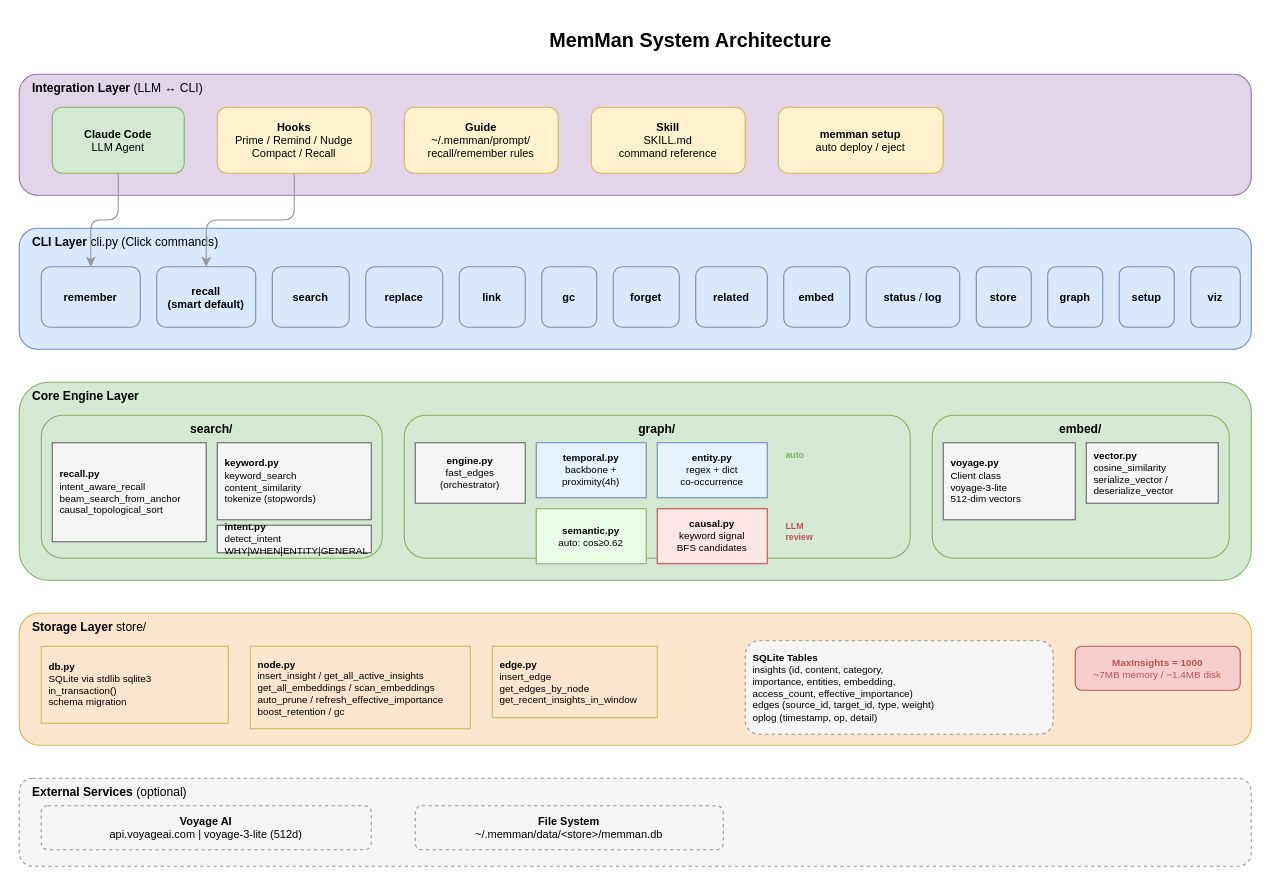
The draw.io diagram docs/diagrams/01-system-architecture.drawio in bissli/memman, before the edit. Source tidied: cells renumbered, new cells numbered last; positions are measured from the earlier drawing's top-left corner, leaving out a move shared by most shapes. Both pictures are drawn from the tidied source at 110%, with x=0, y=0 at pixel (19, 19).
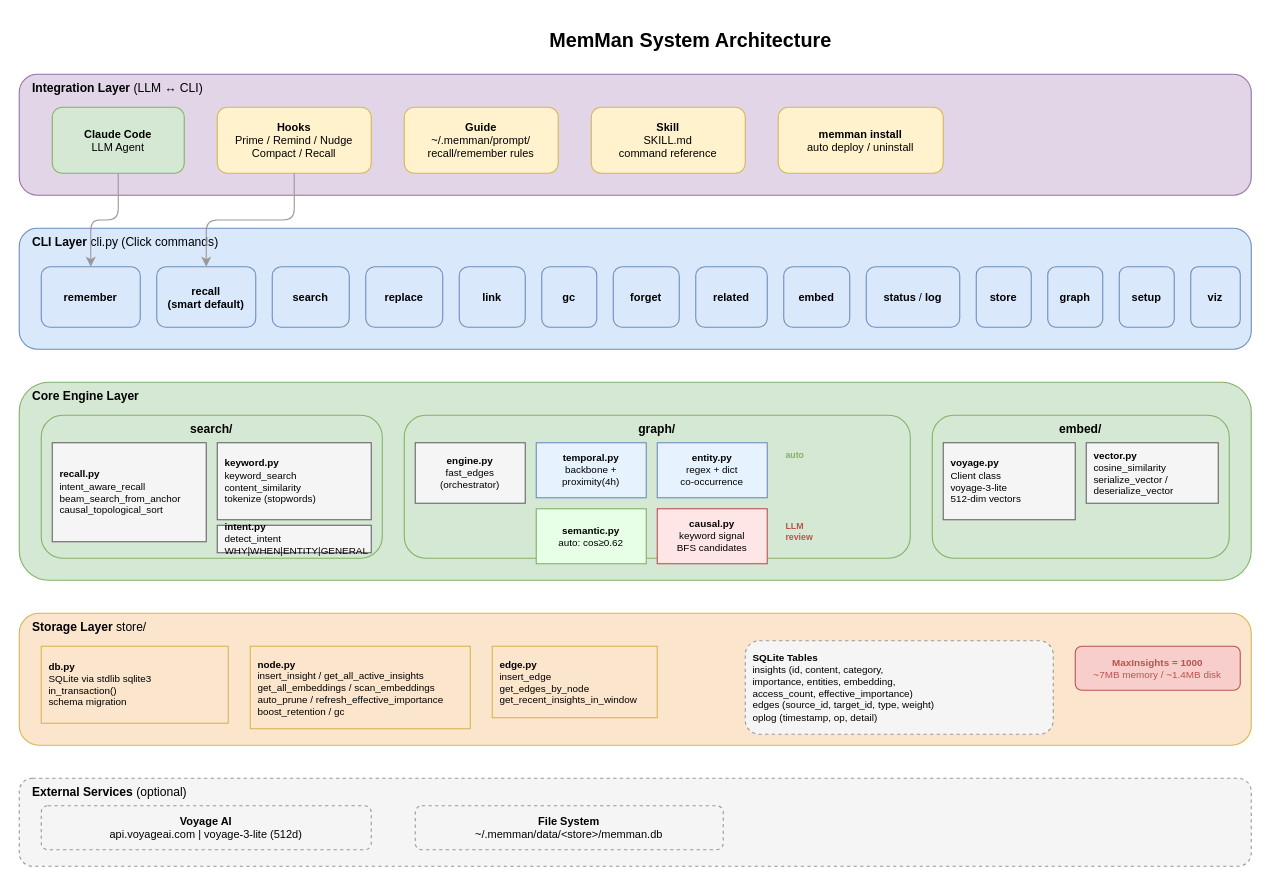
The same diagram, later.

Change to the diagram source:
```diff
@@
-    <mxCell id="8" value="&lt;b&gt;memman setup&lt;/b&gt;&lt;br&gt;auto deploy / eject" style="rounded=1;whiteSpace=wrap;html=1;fillColor=#fff2cc;strokeColor=#d6b656;fontSize=10;" parent="1" vertex="1">
+    <mxCell id="8" value="&lt;b&gt;memman install&lt;/b&gt;&lt;br&gt;auto deploy / uninstall" style="rounded=1;whiteSpace=wrap;html=1;fillColor=#fff2cc;strokeColor=#d6b656;fontSize=10;" parent="1" vertex="1">
       <mxGeometry x="690" y="80" width="150" height="60" as="geometry" />
     </mxCell>
```
